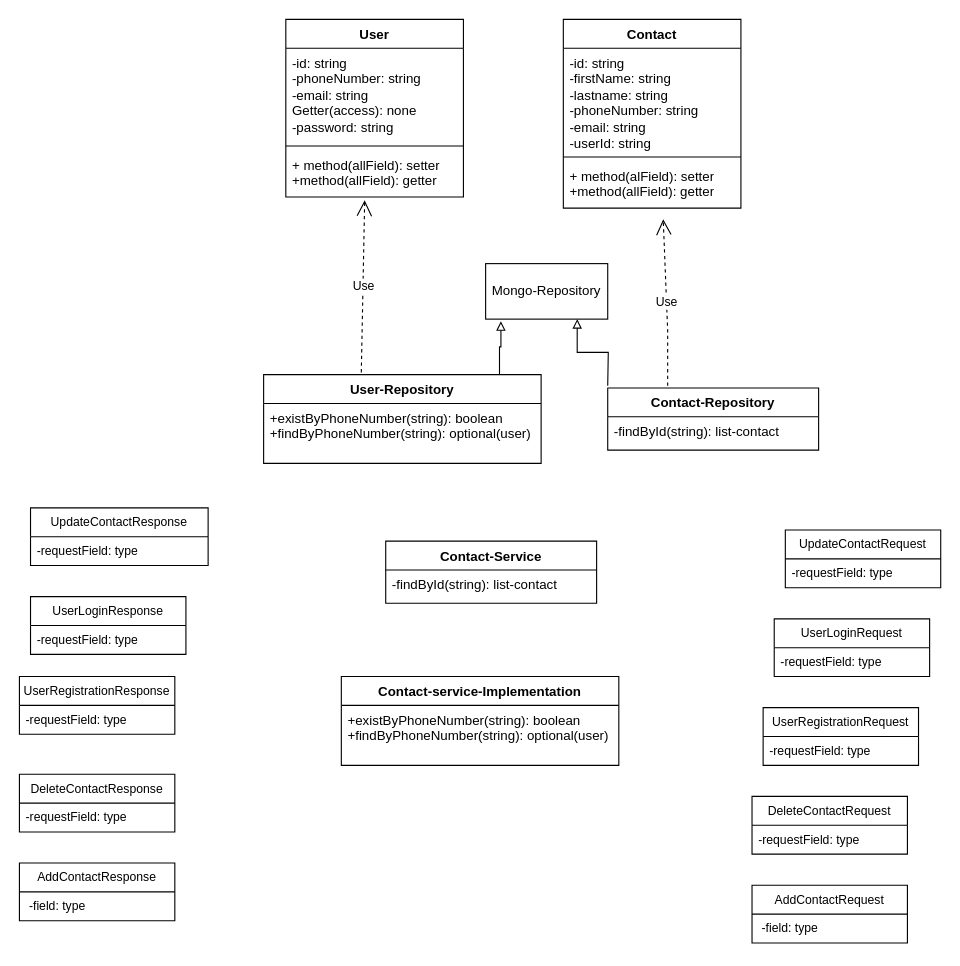
Lawbod3/Contact-management-service keeps this draw.io diagram as ContactManagement.drawio. Above is the earlier version. Source tidied: cells renumbered, new cells numbered last; positions are measured from the earlier drawing's top-left corner, leaving out a move shared by most shapes. Both pictures are drawn from the tidied source at 111%, with x=0, y=0 at pixel (19, 19).
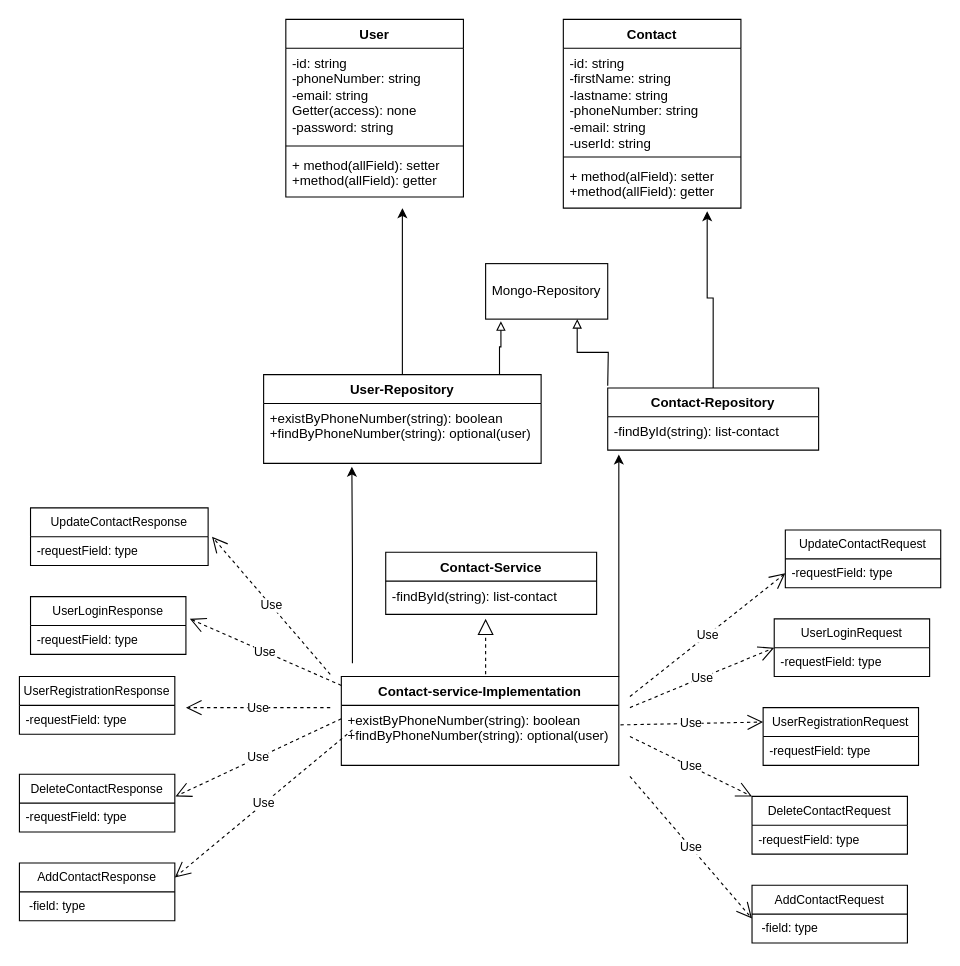
The same diagram, later.

Commit message (it also covers changes not shown here):
uml picture but not completed

The change refers to these unchanged cells:
```xml
<mxCell id="5" value="+ method(alField): setter&lt;div&gt;+method(allField): getter&lt;/div&gt;" style="text;strokeColor=none;fillColor=none;align=left;verticalAlign=top;spacingLeft=4;spacingRight=4;overflow=hidden;points=[[0,0.5],[1,0.5]];portConstraint=eastwest;whiteSpace=wrap;html=1;" parent="2" vertex="1">
  <mxGeometry y="128" width="160" height="42" as="geometry" />
</mxCell>
<mxCell id="9" value="+ method(allField): setter&lt;div&gt;+method(allField): getter&lt;/div&gt;" style="text;strokeColor=none;fillColor=none;align=left;verticalAlign=top;spacingLeft=4;spacingRight=4;overflow=hidden;points=[[0,0.5],[1,0.5]];portConstraint=eastwest;whiteSpace=wrap;html=1;" parent="6" vertex="1">
  <mxGeometry y="118" width="160" height="42" as="geometry" />
</mxCell>
<mxCell id="11" value="User-Repository" style="swimlane;fontStyle=1;align=center;verticalAlign=top;horizontal=1;startSize=26;whiteSpace=wrap;html=1;" parent="1" vertex="1">
  <mxGeometry x="220" y="320" width="250" height="80" as="geometry" />
</mxCell>
<mxCell id="12" value="+existByPhoneNumber(string): boolean&lt;div&gt;+findByPhoneNumber(string): optional(user)&lt;br&gt;&lt;div&gt;&lt;br&gt;&lt;/div&gt;&lt;/div&gt;" style="text;strokeColor=none;fillColor=none;align=left;verticalAlign=top;spacingLeft=4;spacingRight=4;overflow=hidden;points=[[0,0.5],[1,0.5]];portConstraint=eastwest;whiteSpace=wrap;html=1;" parent="11" vertex="1">
  <mxGeometry y="26" width="250" height="54" as="geometry" />
</mxCell>
<mxCell id="14" value="Contact-Repository" style="swimlane;fontStyle=1;align=center;verticalAlign=top;horizontal=1;startSize=26;whiteSpace=wrap;html=1;" parent="1" vertex="1">
  <mxGeometry x="530" y="332" width="190" height="56" as="geometry" />
</mxCell>
<mxCell id="20" value="-requestField: type" style="text;strokeColor=none;fillColor=none;align=left;verticalAlign=top;spacingLeft=4;spacingRight=4;overflow=hidden;points=[[0,0.5],[1,0.5]];portConstraint=eastwest;whiteSpace=wrap;html=1;fontFamily=Helvetica;fontSize=11;fontColor=default;labelBackgroundColor=default;" parent="19" vertex="1">
  <mxGeometry y="26" width="140" height="26" as="geometry" />
</mxCell>
<mxCell id="21" value="DeleteContactRequest" style="swimlane;fontStyle=0;horizontal=1;startSize=26;fillColor=none;whiteSpace=wrap;html=1;fontFamily=Helvetica;fontSize=11;fontColor=default;labelBackgroundColor=default;" parent="1" vertex="1">
  <mxGeometry x="660" y="700" width="140" height="52" as="geometry" />
</mxCell>
<mxCell id="25" value="UserRegistrationRequest" style="swimlane;fontStyle=0;horizontal=1;startSize=26;fillColor=none;whiteSpace=wrap;html=1;fontFamily=Helvetica;fontSize=11;fontColor=default;labelBackgroundColor=default;" parent="1" vertex="1">
  <mxGeometry x="670" y="620" width="140" height="52" as="geometry" />
</mxCell>
<mxCell id="27" value="UserLoginRequest" style="swimlane;fontStyle=0;horizontal=1;startSize=26;fillColor=none;whiteSpace=wrap;html=1;fontFamily=Helvetica;fontSize=11;fontColor=default;labelBackgroundColor=default;" parent="1" vertex="1">
  <mxGeometry x="680" y="540" width="140" height="52" as="geometry" />
</mxCell>
<mxCell id="30" value="-requestField: type" style="text;strokeColor=none;fillColor=none;align=left;verticalAlign=top;spacingLeft=4;spacingRight=4;overflow=hidden;points=[[0,0.5],[1,0.5]];portConstraint=eastwest;whiteSpace=wrap;html=1;fontFamily=Helvetica;fontSize=11;fontColor=default;labelBackgroundColor=default;" parent="29" vertex="1">
  <mxGeometry y="26" width="160" height="26" as="geometry" />
</mxCell>
<mxCell id="31" value="UserLoginResponse" style="swimlane;fontStyle=0;horizontal=1;startSize=26;fillColor=none;whiteSpace=wrap;html=1;fontFamily=Helvetica;fontSize=11;fontColor=default;labelBackgroundColor=default;" parent="1" vertex="1">
  <mxGeometry x="10" y="520" width="140" height="52" as="geometry" />
</mxCell>
<mxCell id="35" value="DeleteContactResponse" style="swimlane;fontStyle=0;horizontal=1;startSize=26;fillColor=none;whiteSpace=wrap;html=1;fontFamily=Helvetica;fontSize=11;fontColor=default;labelBackgroundColor=default;" parent="1" vertex="1">
  <mxGeometry y="680" width="140" height="52" as="geometry" />
</mxCell>
<mxCell id="37" value="AddContactResponse" style="swimlane;fontStyle=0;horizontal=1;startSize=26;fillColor=none;whiteSpace=wrap;html=1;fontFamily=Helvetica;fontSize=11;fontColor=default;labelBackgroundColor=default;" parent="1" vertex="1">
  <mxGeometry y="760" width="140" height="52" as="geometry" />
</mxCell>
<mxCell id="41" value="Contact-service-Implementation" style="swimlane;fontStyle=1;align=center;verticalAlign=top;horizontal=1;startSize=26;whiteSpace=wrap;html=1;" parent="1" vertex="1">
  <mxGeometry x="290" y="592" width="250" height="80" as="geometry" />
</mxCell>
<mxCell id="42" value="+existByPhoneNumber(string): boolean&lt;div&gt;+findByPhoneNumber(string): optional(user)&lt;br&gt;&lt;div&gt;&lt;br&gt;&lt;/div&gt;&lt;/div&gt;" style="text;strokeColor=none;fillColor=none;align=left;verticalAlign=top;spacingLeft=4;spacingRight=4;overflow=hidden;points=[[0,0.5],[1,0.5]];portConstraint=eastwest;whiteSpace=wrap;html=1;" parent="41" vertex="1">
  <mxGeometry y="26" width="250" height="54" as="geometry" />
</mxCell>
```

The edit, as a diff of the source:
```diff
@@
+    <mxCell id="43" style="edgeStyle=orthogonalEdgeStyle;rounded=0;jettySize=auto;html=1;" parent="1" edge="1" source="11">
+      <mxGeometry relative="1" as="geometry">
+        <mxPoint x="345" y="170" as="targetPoint" />
+      </mxGeometry>
+    </mxCell>
@@
+    <mxCell id="44" style="edgeStyle=orthogonalEdgeStyle;rounded=0;jettySize=auto;html=1;entryX=0.81;entryY=1.067;entryDx=0;entryDy=0;entryPerimeter=0;" parent="1" edge="1" source="14" target="5">
+      <mxGeometry relative="1" as="geometry">
+        <Array as="points">
+          <mxPoint x="625" y="251" />
+          <mxPoint x="620" y="251" />
+        </Array>
+      </mxGeometry>
+    </mxCell>
@@
-    <mxCell id="17" value="Use" style="endArrow=open;endSize=12;dashed=1;html=1;rounded=0;" parent="1" edge="1">
-      <mxGeometry relative="1" as="geometry">
-        <mxPoint x="584" y="330" as="sourcePoint" />
-        <mxPoint x="580" y="180" as="targetPoint" />
-        <Array as="points">
-          <mxPoint x="584" y="280" />
-        </Array>
-      </mxGeometry>
-    </mxCell>
-    <mxCell id="18" value="Use" style="endArrow=open;endSize=12;dashed=1;html=1;rounded=0;exitX=0.352;exitY=-0.025;exitDx=0;exitDy=0;exitPerimeter=0;entryX=0.444;entryY=1.071;entryDx=0;entryDy=0;entryPerimeter=0;" parent="1" edge="1" source="11" target="9">
-      <mxGeometry relative="1" as="geometry" />
-    </mxCell>
@@
     <mxCell id="39" value="Contact-Service" style="swimlane;fontStyle=1;align=center;verticalAlign=top;horizontal=1;startSize=26;whiteSpace=wrap;html=1;" parent="1" vertex="1">
-      <mxGeometry x="330" y="470" width="190" height="56" as="geometry" />
+      <mxGeometry x="330" y="480" width="190" height="56" as="geometry" />
     </mxCell>
@@
+    <mxCell id="45" style="edgeStyle=orthogonalEdgeStyle;rounded=0;jettySize=auto;html=1;entryX=0.318;entryY=1.056;entryDx=0;entryDy=0;entryPerimeter=0;" parent="1" edge="1" target="12">
+      <mxGeometry relative="1" as="geometry">
+        <mxPoint x="300" y="580" as="sourcePoint" />
+        <Array as="points">
+          <mxPoint x="300" y="490" />
+        </Array>
+      </mxGeometry>
+    </mxCell>
+    <mxCell id="46" style="edgeStyle=orthogonalEdgeStyle;rounded=0;jettySize=auto;html=1;exitX=1;exitY=0;exitDx=0;exitDy=0;" parent="1" edge="1" source="41">
+      <mxGeometry relative="1" as="geometry">
+        <mxPoint x="540" y="392" as="targetPoint" />
+        <Array as="points">
+          <mxPoint x="540" y="392" />
+        </Array>
+      </mxGeometry>
+    </mxCell>
@@
+    <mxCell id="47" style="endArrow=block;dashed=1;endFill=0;endSize=12;html=1;rounded=0;" parent="1" edge="1">
+      <mxGeometry relative="1" as="geometry">
+        <mxPoint x="420" y="590" as="sourcePoint" />
+        <mxPoint x="420" y="540" as="targetPoint" />
+      </mxGeometry>
+    </mxCell>
+    <mxCell id="48" value="Use" style="endArrow=open;endSize=12;dashed=1;html=1;rounded=0;entryX=1.022;entryY=0;entryDx=0;entryDy=0;entryPerimeter=0;" parent="1" edge="1" target="30">
+      <mxGeometry relative="1" as="geometry">
+        <mxPoint x="280" y="590" as="sourcePoint" />
+      </mxGeometry>
+    </mxCell>
+    <mxCell id="49" value="Use" style="endArrow=open;endSize=12;dashed=1;html=1;rounded=0;" parent="1" edge="1">
+      <mxGeometry relative="1" as="geometry">
+        <mxPoint x="280" y="620" as="sourcePoint" />
+        <mxPoint x="150" y="620" as="targetPoint" />
+      </mxGeometry>
+    </mxCell>
+    <mxCell id="50" value="Use" style="endArrow=open;endSize=12;dashed=1;html=1;rounded=0;entryX=1.025;entryY=0.385;entryDx=0;entryDy=0;entryPerimeter=0;" parent="1" edge="1" target="31">
+      <mxGeometry relative="1" as="geometry">
+        <mxPoint x="290" y="600" as="sourcePoint" />
+      </mxGeometry>
+    </mxCell>
+    <mxCell id="51" value="Use" style="endArrow=open;endSize=12;dashed=1;html=1;rounded=0;entryX=1.004;entryY=0.385;entryDx=0;entryDy=0;entryPerimeter=0;" parent="1" edge="1" target="35">
+      <mxGeometry relative="1" as="geometry">
+        <mxPoint x="290" y="630" as="sourcePoint" />
+      </mxGeometry>
+    </mxCell>
+    <mxCell id="52" value="Use" style="endArrow=open;endSize=12;dashed=1;html=1;rounded=0;entryX=1;entryY=0.25;entryDx=0;entryDy=0;" parent="1" edge="1" target="37">
+      <mxGeometry relative="1" as="geometry">
+        <mxPoint x="300" y="640" as="sourcePoint" />
+      </mxGeometry>
+    </mxCell>
+    <mxCell id="53" value="Use" style="endArrow=open;endSize=12;dashed=1;html=1;rounded=0;entryX=0;entryY=0.5;entryDx=0;entryDy=0;" parent="1" edge="1" target="20">
+      <mxGeometry relative="1" as="geometry">
+        <mxPoint x="550" y="610" as="sourcePoint" />
+      </mxGeometry>
+    </mxCell>
+    <mxCell id="54" value="Use" style="endArrow=open;endSize=12;dashed=1;html=1;rounded=0;" parent="1" edge="1">
+      <mxGeometry relative="1" as="geometry">
+        <mxPoint x="550" y="682" as="sourcePoint" />
+        <mxPoint x="660" y="810" as="targetPoint" />
+      </mxGeometry>
+    </mxCell>
+    <mxCell id="55" value="Use" style="endArrow=open;endSize=12;dashed=1;html=1;rounded=0;entryX=0;entryY=0.5;entryDx=0;entryDy=0;" parent="1" edge="1" target="27">
+      <mxGeometry relative="1" as="geometry">
+        <mxPoint x="550" y="620" as="sourcePoint" />
+      </mxGeometry>
+    </mxCell>
+    <mxCell id="56" value="Use" style="endArrow=open;endSize=12;dashed=1;html=1;rounded=0;exitX=1.006;exitY=0.325;exitDx=0;exitDy=0;exitPerimeter=0;entryX=0;entryY=0.25;entryDx=0;entryDy=0;" parent="1" edge="1" source="42" target="25">
+      <mxGeometry relative="1" as="geometry" />
+    </mxCell>
+    <mxCell id="57" value="Use" style="endArrow=open;endSize=12;dashed=1;html=1;rounded=0;entryX=0;entryY=0;entryDx=0;entryDy=0;" parent="1" edge="1" target="21">
+      <mxGeometry relative="1" as="geometry">
+        <mxPoint x="550" y="646" as="sourcePoint" />
+      </mxGeometry>
+    </mxCell>
```
